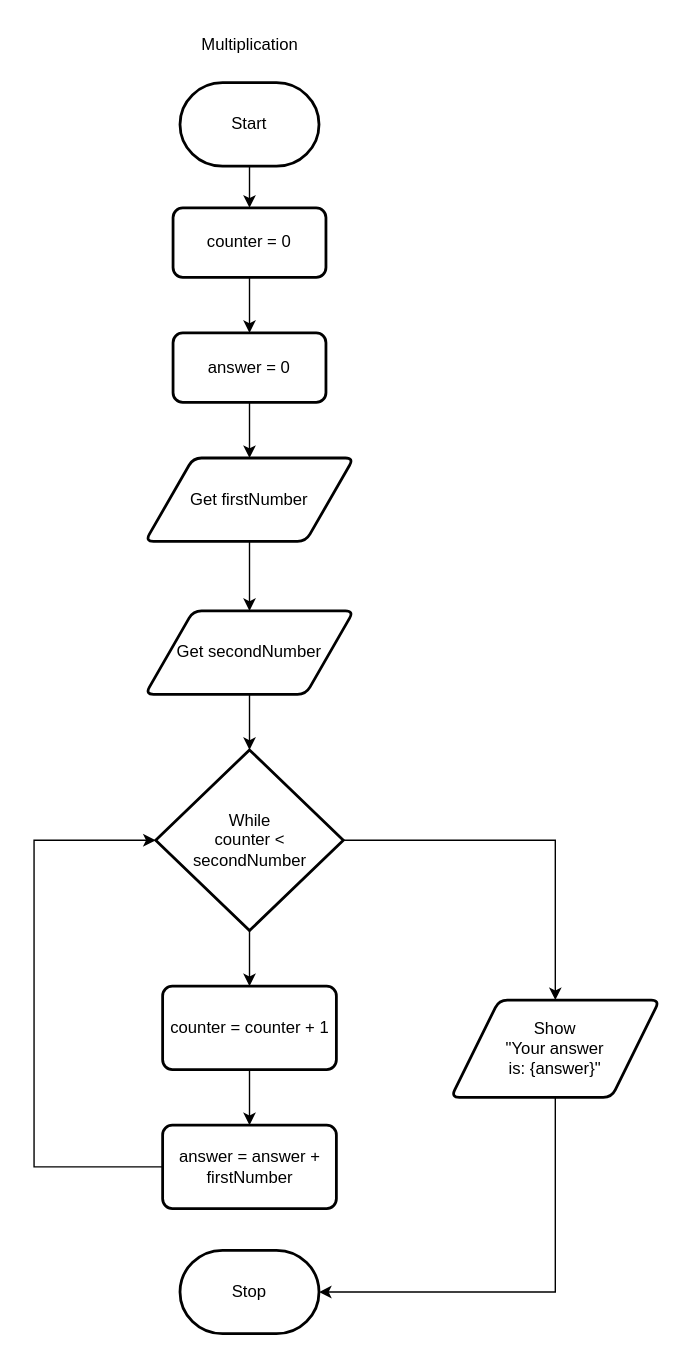
MTHS-ICD2O-1-2024/ICD2O-Unit-5-06-Ain-Jeong keeps this draw.io diagram as design/flowchart.drawio. Above is the earlier version. Source tidied: cells renumbered, new cells numbered last; positions are measured from the earlier drawing's top-left corner, leaving out a move shared by most shapes. Both pictures are drawn from the tidied source at 139%, with x=0, y=0 at pixel (33, 24).
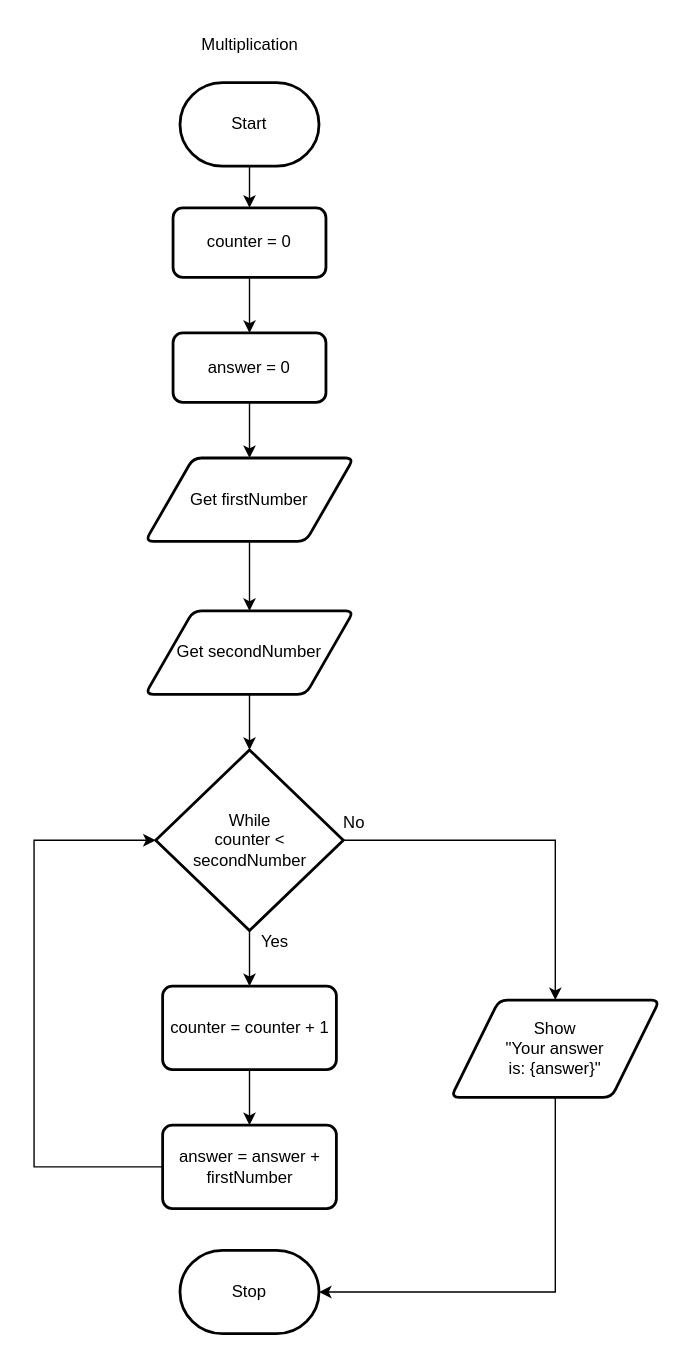
The same diagram, later.

Diff of the diagram source:
```diff
@@
+    <mxCell id="23" value="Yes" style="text;html=1;align=center;verticalAlign=middle;strokeColor=none;fillColor=none;" parent="1" vertex="1">
+      <mxGeometry x="153" y="645" width="40" height="30" as="geometry" />
+    </mxCell>
+    <mxCell id="24" value="No" style="text;html=1;align=center;verticalAlign=middle;strokeColor=none;fillColor=none;" parent="1" vertex="1">
+      <mxGeometry x="210" y="560" width="40" height="30" as="geometry" />
+    </mxCell>
```
